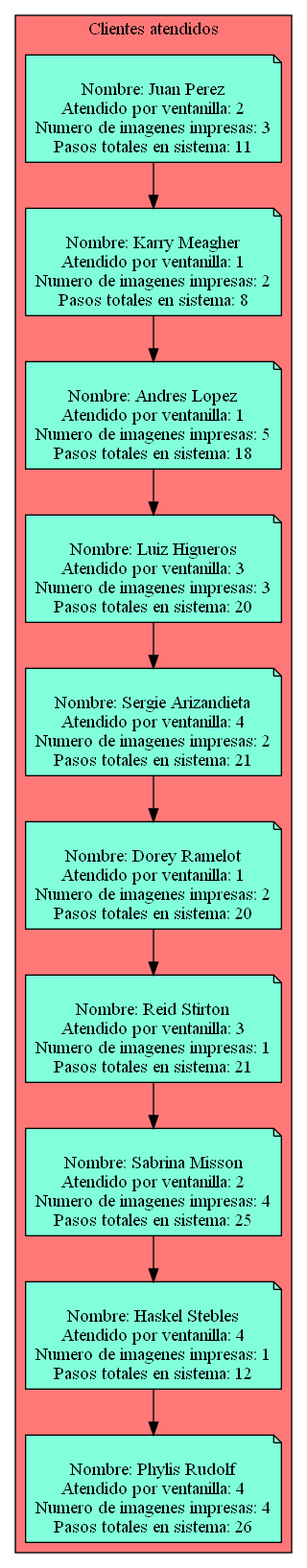
Above: Simple_Clients_Served.png in Serch-ING/EDD_UDRAWING_202000119 (Graphviz), before the change. Its source is kept beside it as Simple_Clients_Served.dot. Source of this version:
```dot
digraph L {
node[shape=note fillcolor="#A181FF" style =filled]
subgraph cluster_p{
    label= " Clientes atendidos "
    bgcolor = "#FF7878"
Nodo550402284[label="
Nombre: Juan Perez
Atendido por ventanilla: 2
Numero de imagenes impresas: 3
Pasos totales en sistema: 11",fillcolor="#81FFDA"]
Nodo22600334[label="
Nombre: Karry Meagher
Atendido por ventanilla: 1
Numero de imagenes impresas: 2
Pasos totales en sistema: 8",fillcolor="#81FFDA"]
Nodo1766505436[label="
Nombre: Andres Lopez
Atendido por ventanilla: 1
Numero de imagenes impresas: 5
Pasos totales en sistema: 18",fillcolor="#81FFDA"]
Nodo1364913072[label="
Nombre: Luiz Higueros
Atendido por ventanilla: 3
Numero de imagenes impresas: 3
Pasos totales en sistema: 20",fillcolor="#81FFDA"]
Nodo902478634[label="
Nombre: Sergie Arizandieta
Atendido por ventanilla: 4
Numero de imagenes impresas: 2
Pasos totales en sistema: 21",fillcolor="#81FFDA"]
Nodo728115831[label="
Nombre: Dorey Ramelot
Atendido por ventanilla: 1
Numero de imagenes impresas: 2
Pasos totales en sistema: 20",fillcolor="#81FFDA"]
Nodo1922464006[label="
Nombre: Reid Stirton
Atendido por ventanilla: 3
Numero de imagenes impresas: 1
Pasos totales en sistema: 21",fillcolor="#81FFDA"]
Nodo891093184[label="
Nombre: Sabrina Misson
Atendido por ventanilla: 2
Numero de imagenes impresas: 4
Pasos totales en sistema: 25",fillcolor="#81FFDA"]
Nodo1278677872[label="
Nombre: Haskel Stebles
Atendido por ventanilla: 4
Numero de imagenes impresas: 1
Pasos totales en sistema: 12",fillcolor="#81FFDA"]
Nodo1427646530[label="
Nombre: Phylis Rudolf
Atendido por ventanilla: 4
Numero de imagenes impresas: 4
Pasos totales en sistema: 26",fillcolor="#81FFDA"]
Nodo550402284 -> Nodo22600334
Nodo22600334 -> Nodo1766505436
Nodo1766505436 -> Nodo1364913072
Nodo1364913072 -> Nodo902478634
Nodo902478634 -> Nodo728115831
Nodo728115831 -> Nodo1922464006
Nodo1922464006 -> Nodo891093184
Nodo891093184 -> Nodo1278677872
Nodo1278677872 -> Nodo1427646530
}}
```
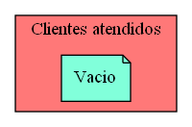
Later version of the same file.

Diff of the diagram source:
```diff
@@ -3,63 +3,6 @@
 subgraph cluster_p{
     label= " Clientes atendidos "
     bgcolor = "#FF7878"
-Nodo550402284[label="
-Nombre: Juan Perez
-Atendido por ventanilla: 2
-Numero de imagenes impresas: 3
-Pasos totales en sistema: 11",fillcolor="#81FFDA"]
-Nodo22600334[label="
-Nombre: Karry Meagher
-Atendido por ventanilla: 1
-Numero de imagenes impresas: 2
-Pasos totales en sistema: 8",fillcolor="#81FFDA"]
-Nodo1766505436[label="
-Nombre: Andres Lopez
-Atendido por ventanilla: 1
-Numero de imagenes impresas: 5
-Pasos totales en sistema: 18",fillcolor="#81FFDA"]
-Nodo1364913072[label="
-Nombre: Luiz Higueros
-Atendido por ventanilla: 3
-Numero de imagenes impresas: 3
-Pasos totales en sistema: 20",fillcolor="#81FFDA"]
-Nodo902478634[label="
-Nombre: Sergie Arizandieta
-Atendido por ventanilla: 4
-Numero de imagenes impresas: 2
-Pasos totales en sistema: 21",fillcolor="#81FFDA"]
-Nodo728115831[label="
-Nombre: Dorey Ramelot
-Atendido por ventanilla: 1
-Numero de imagenes impresas: 2
-Pasos totales en sistema: 20",fillcolor="#81FFDA"]
-Nodo1922464006[label="
-Nombre: Reid Stirton
-Atendido por ventanilla: 3
-Numero de imagenes impresas: 1
-Pasos totales en sistema: 21",fillcolor="#81FFDA"]
-Nodo891093184[label="
-Nombre: Sabrina Misson
-Atendido por ventanilla: 2
-Numero de imagenes impresas: 4
-Pasos totales en sistema: 25",fillcolor="#81FFDA"]
-Nodo1278677872[label="
-Nombre: Haskel Stebles
-Atendido por ventanilla: 4
-Numero de imagenes impresas: 1
-Pasos totales en sistema: 12",fillcolor="#81FFDA"]
-Nodo1427646530[label="
-Nombre: Phylis Rudolf
-Atendido por ventanilla: 4
-Numero de imagenes impresas: 4
-Pasos totales en sistema: 26",fillcolor="#81FFDA"]
-Nodo550402284 -> Nodo22600334
-Nodo22600334 -> Nodo1766505436
-Nodo1766505436 -> Nodo1364913072
-Nodo1364913072 -> Nodo902478634
-Nodo902478634 -> Nodo728115831
-Nodo728115831 -> Nodo1922464006
-Nodo1922464006 -> Nodo891093184
-Nodo891093184 -> Nodo1278677872
-Nodo1278677872 -> Nodo1427646530
+Nodo1008925772[label="Vacio",fillcolor="#81FFDA"]
+
 }}
```
